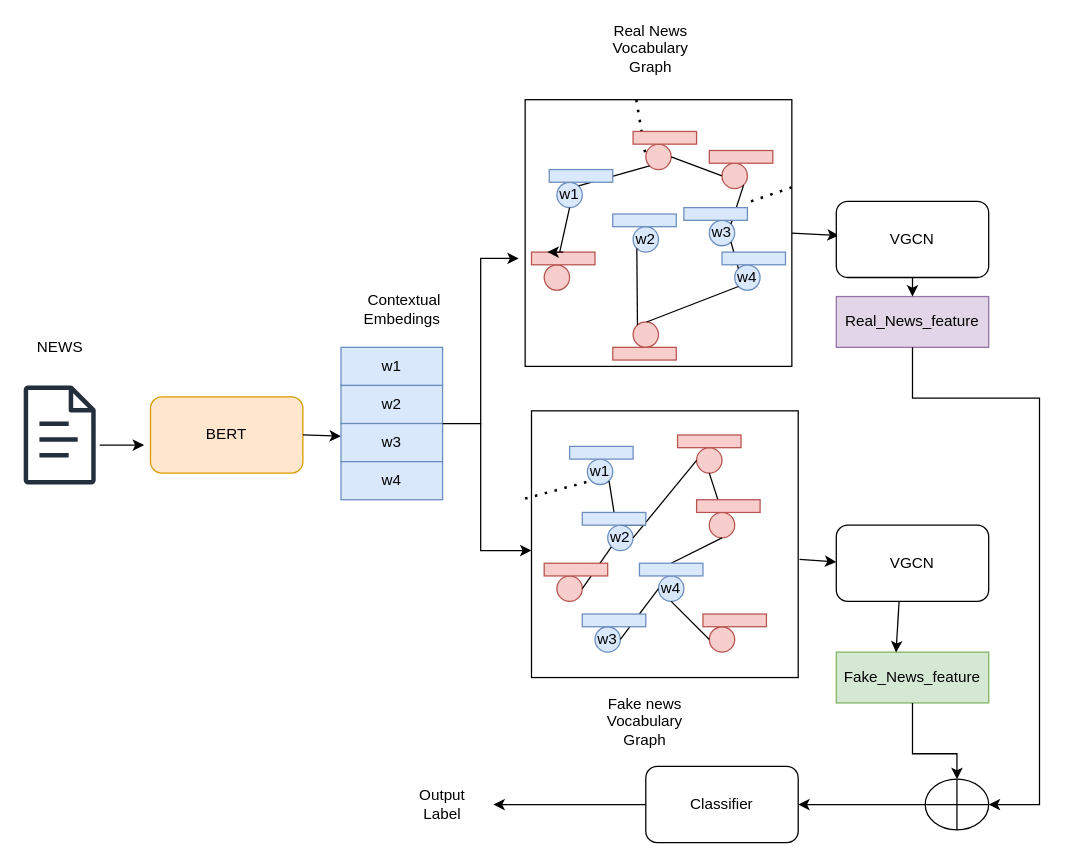
Earlier version of the draw.io diagram page "Page-1" (2 of 2) of GraphBERT.drawio (prabsh/pj). Source tidied: cells renumbered, new cells numbered last; positions are measured from the earlier drawing's top-left corner, leaving out a move shared by most shapes. Both pictures are drawn from the tidied source at 127%, with x=0, y=0 at pixel (20, 29).
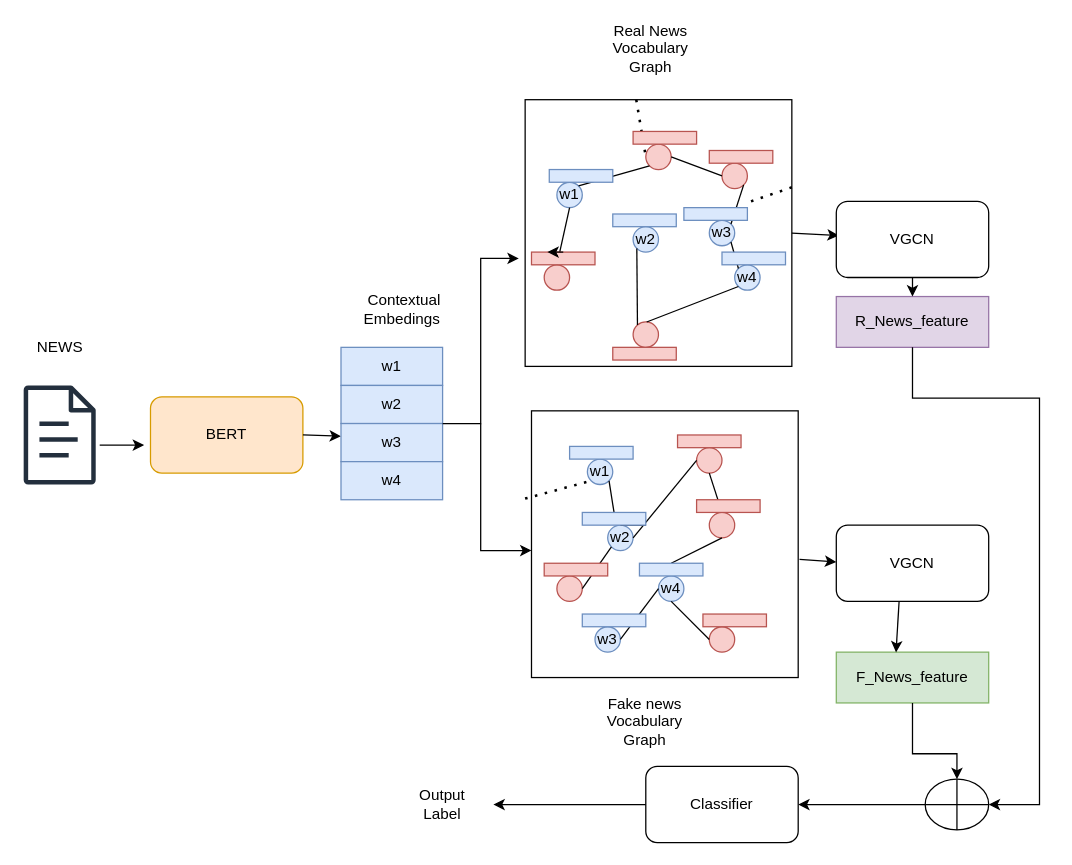
After the change.

The edit, as a diff of the source:
```diff
@@
-    <mxCell id="73" value="Real_News_feature" style="rounded=0;whiteSpace=wrap;html=1;fillColor=#e1d5e7;strokeColor=#9673a6;" parent="1" vertex="1">
+    <mxCell id="73" value="R_News_feature" style="rounded=0;whiteSpace=wrap;html=1;fillColor=#e1d5e7;strokeColor=#9673a6;" parent="1" vertex="1">
       <mxGeometry x="642" y="210" width="120" height="40" as="geometry" />
     </mxCell>
-    <mxCell id="74" value="Fake_News_feature" style="rounded=0;whiteSpace=wrap;html=1;fillColor=#d5e8d4;strokeColor=#82b366;" parent="1" vertex="1">
+    <mxCell id="74" value="F_News_feature" style="rounded=0;whiteSpace=wrap;html=1;fillColor=#d5e8d4;strokeColor=#82b366;" parent="1" vertex="1">
       <mxGeometry x="642" y="490" width="120" height="40" as="geometry" />
     </mxCell>
```
